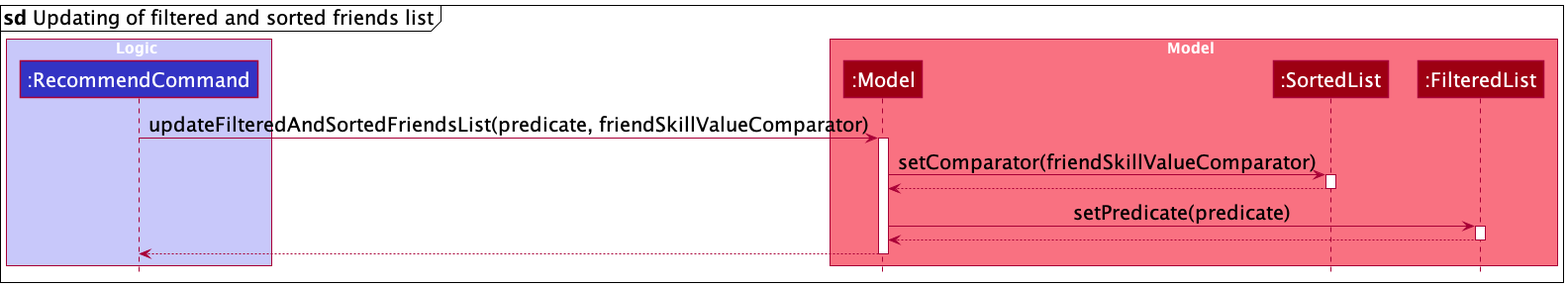
Above: docs/images/RecommendCommandSequenceDiagram2.png in nus-cs2103-AY2122S1/tp (PlantUML), before the change. The source it was exported from:
```plantuml
@startuml
!include style.puml
skinparam defaultFontSize 20

mainframe **sd** Updating of filtered and sorted friends list

box Logic LOGIC_COLOR_T1
Participant ":RecommendCommand" as RecommendCommand LOGIC_COLOR
end box

box Model MODEL_COLOR_T1
Participant ":Model" as Model MODEL_COLOR
Participant ":SortedList" as SortedList MODEL_COLOR
Participant ":FilteredList" as FilteredList MODEL_COLOR
end box

RecommendCommand -> Model: updateFilteredAndSortedFriendsList(predicate, friendSkillValueComparator)
activate Model

Model -> SortedList: setComparator(friendSkillValueComparator)
activate SortedList
Model <-- SortedList
deactivate SortedList

Model -> FilteredList: setPredicate(predicate)
activate FilteredList
Model <-- FilteredList
deactivate FilteredList

RecommendCommand <-- Model
deactivate Model

@enduml
```
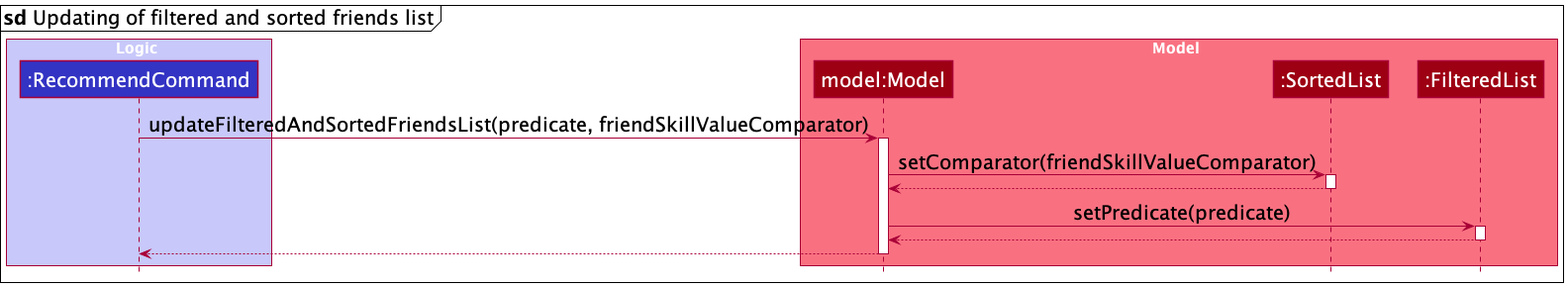
The same diagram one commit later.

Change to the diagram source:
```diff
@@ -9,7 +9,7 @@
 end box
 
 box Model MODEL_COLOR_T1
-Participant ":Model" as Model MODEL_COLOR
+Participant "model:Model" as Model MODEL_COLOR
 Participant ":SortedList" as SortedList MODEL_COLOR
 Participant ":FilteredList" as FilteredList MODEL_COLOR
 end box
```
